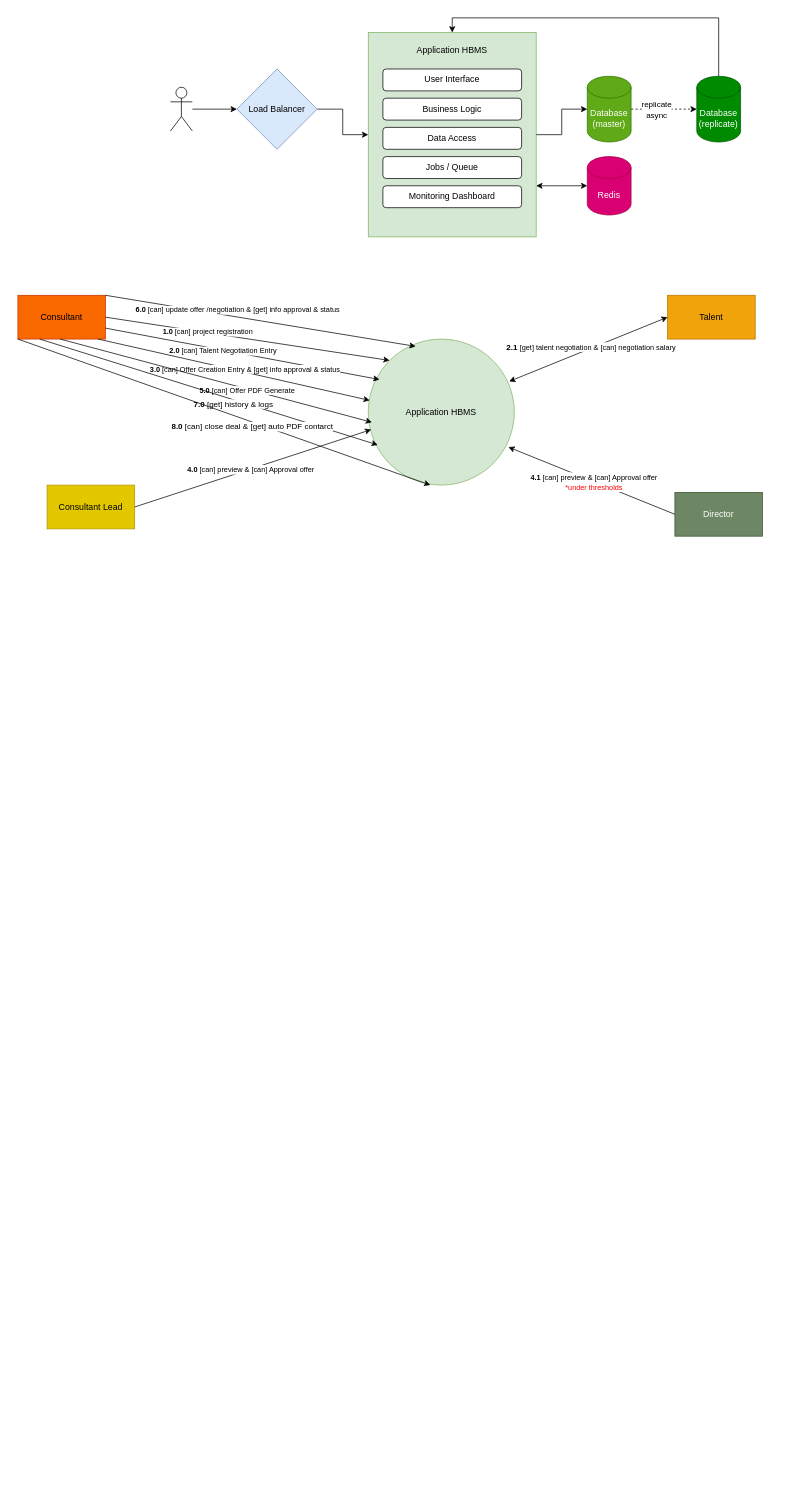
The draw.io diagram HBMS new HLD.drawio in Logique-ID/.github, before the edit. Source tidied: cells renumbered, new cells numbered last; positions are measured from the earlier drawing's top-left corner, leaving out a move shared by most shapes. Both pictures are drawn from the tidied source at 73%, with x=0, y=0 at pixel (18, 18).
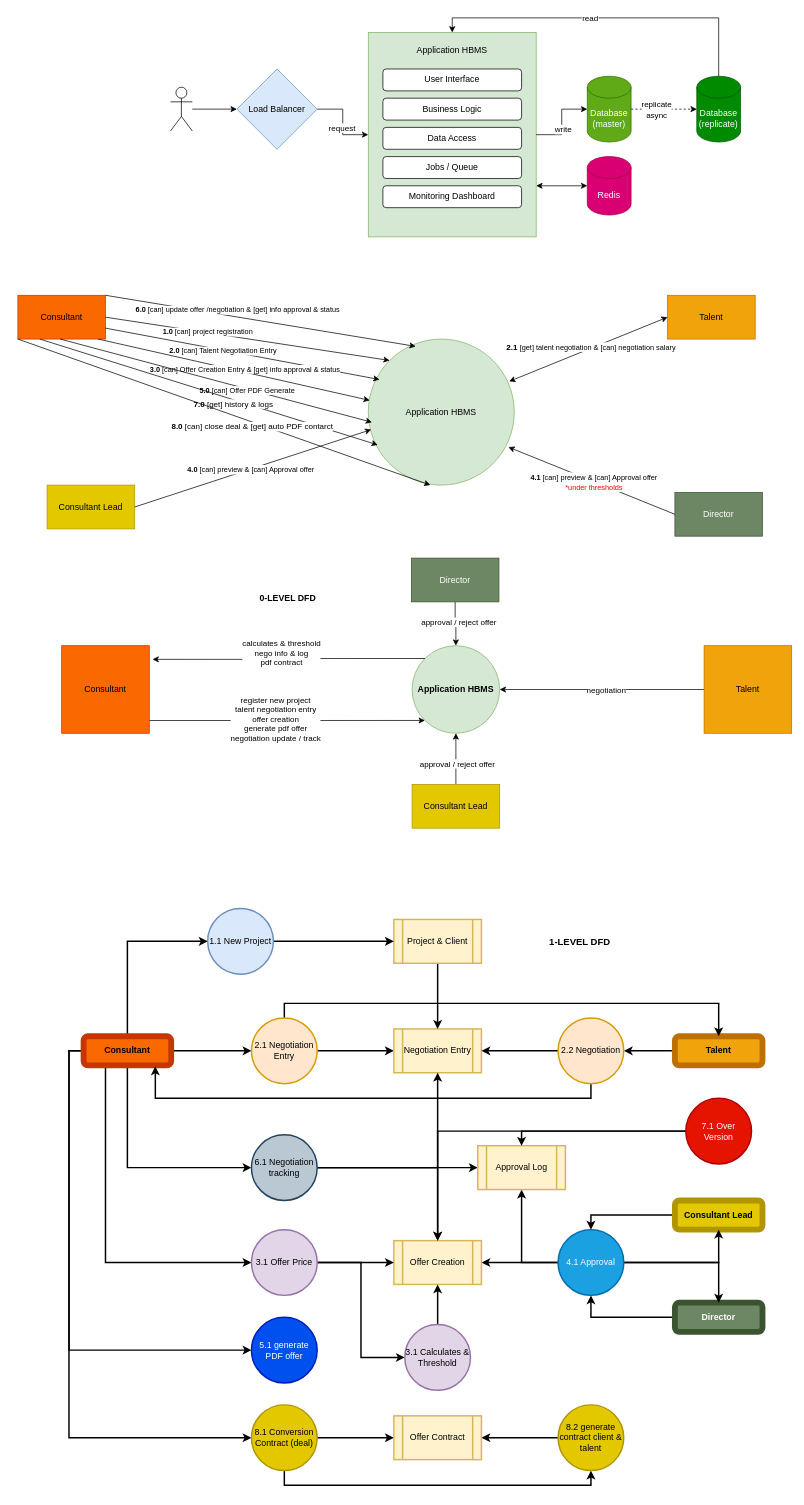
After the change.

The change refers to these unchanged cells:
```xml
<mxCell id="4" style="edgeStyle=orthogonalEdgeStyle;rounded=0;jettySize=auto;html=1;entryX=0;entryY=0.5;entryDx=0;entryDy=0;" parent="1" edge="1" source="5" target="6">
  <mxGeometry relative="1" as="geometry" />
</mxCell>
<mxCell id="13" style="edgeStyle=orthogonalEdgeStyle;rounded=0;jettySize=auto;html=1;entryX=0.5;entryY=0;entryDx=0;entryDy=0;exitX=0.5;exitY=0;exitDx=0;exitDy=0;exitPerimeter=0;" parent="1" edge="1" source="14" target="6">
  <mxGeometry relative="1" as="geometry">
    <Array as="points">
      <mxPoint x="960" />
      <mxPoint x="595" />
    </Array>
  </mxGeometry>
</mxCell>
<mxCell id="17" style="edgeStyle=orthogonalEdgeStyle;rounded=0;jettySize=auto;html=1;entryX=0;entryY=0.5;entryDx=0;entryDy=0;entryPerimeter=0;" parent="1" edge="1" source="6" target="12">
  <mxGeometry relative="1" as="geometry" />
</mxCell>
```

Change to the diagram source:
```diff
@@
+    <mxCell id="45" value="request" style="edgeLabel;html=1;align=center;verticalAlign=middle;" parent="4" vertex="1">
+      <mxGeometry x="0.14" y="-2" relative="1" as="geometry" />
+    </mxCell>
@@
+    <mxCell id="46" value="read" style="edgeLabel;html=1;align=center;verticalAlign=middle;" parent="13" vertex="1">
+      <mxGeometry x="0.1" relative="1" as="geometry">
+        <mxPoint x="-1" as="offset" />
+      </mxGeometry>
+    </mxCell>
@@
+    <mxCell id="47" value="write" style="edgeLabel;html=1;align=center;verticalAlign=middle;" parent="17" vertex="1">
+      <mxGeometry x="-0.19" y="-1" relative="1" as="geometry" />
+    </mxCell>
@@
+    <mxCell id="48" value="&lt;div&gt;Application HBMS&lt;/div&gt;" style="ellipse;whiteSpace=wrap;html=1;fillColor=#d5e8d4;strokeColor=#82b366;fontStyle=1;" parent="1" vertex="1">
+      <mxGeometry x="540" y="860" width="120" height="120" as="geometry" />
+    </mxCell>
+    <mxCell id="49" style="edgeStyle=orthogonalEdgeStyle;rounded=0;jettySize=auto;html=1;entryX=0;entryY=1;entryDx=0;entryDy=0;exitX=0.996;exitY=0.854;exitDx=0;exitDy=0;exitPerimeter=0;" parent="1" edge="1" source="51" target="48">
+      <mxGeometry relative="1" as="geometry" />
+    </mxCell>
+    <mxCell id="50" value="&lt;div&gt;register new project&lt;/div&gt;&lt;div&gt;talent negotiation entry&lt;/div&gt;&lt;div&gt;offer creation&lt;/div&gt;&lt;div&gt;generate pdf offer&lt;/div&gt;&lt;div&gt;negotiation update / track&lt;/div&gt;" style="edgeLabel;html=1;align=center;verticalAlign=middle;" parent="49" vertex="1">
+      <mxGeometry x="-0.29" y="2" relative="1" as="geometry">
+        <mxPoint x="39" as="offset" />
+      </mxGeometry>
+    </mxCell>
+    <mxCell id="51" value="Consultant" style="rounded=0;whiteSpace=wrap;html=1;fillColor=#fa6800;fontColor=#000000;strokeColor=#C73500;" parent="1" vertex="1">
+      <mxGeometry x="60" y="860" width="120" height="120" as="geometry" />
+    </mxCell>
+    <mxCell id="52" style="edgeStyle=orthogonalEdgeStyle;rounded=0;jettySize=auto;html=1;entryX=0.5;entryY=1;entryDx=0;entryDy=0;" parent="1" edge="1" source="54" target="48">
+      <mxGeometry relative="1" as="geometry" />
+    </mxCell>
+    <mxCell id="53" value="approval / reject offer" style="edgeLabel;html=1;align=center;verticalAlign=middle;" parent="52" vertex="1">
+      <mxGeometry x="-0.18" y="-1" relative="1" as="geometry" />
+    </mxCell>
+    <mxCell id="54" value="Consultant Lead" style="rounded=0;whiteSpace=wrap;html=1;fillColor=#e3c800;fontColor=#000000;strokeColor=#B09500;" parent="1" vertex="1">
+      <mxGeometry x="540" y="1050" width="120" height="60" as="geometry" />
+    </mxCell>
+    <mxCell id="55" style="edgeStyle=orthogonalEdgeStyle;rounded=0;jettySize=auto;html=1;entryX=0.5;entryY=0;entryDx=0;entryDy=0;" parent="1" edge="1" source="57" target="48">
+      <mxGeometry relative="1" as="geometry" />
+    </mxCell>
+    <mxCell id="56" value="approval / reject offer" style="edgeLabel;html=1;align=center;verticalAlign=middle;" parent="55" vertex="1">
+      <mxGeometry x="0.02" y="4" relative="1" as="geometry">
+        <mxPoint x="-1" y="-3" as="offset" />
+      </mxGeometry>
+    </mxCell>
+    <mxCell id="57" value="Director" style="rounded=0;whiteSpace=wrap;html=1;fillColor=#6d8764;fontColor=#ffffff;strokeColor=#3A5431;" parent="1" vertex="1">
+      <mxGeometry x="539" y="740" width="120" height="60" as="geometry" />
+    </mxCell>
+    <mxCell id="58" style="edgeStyle=orthogonalEdgeStyle;rounded=0;jettySize=auto;html=1;entryX=1;entryY=0.5;entryDx=0;entryDy=0;" parent="1" edge="1" source="60" target="48">
+      <mxGeometry relative="1" as="geometry" />
+    </mxCell>
+    <mxCell id="59" value="negotiation" style="edgeLabel;html=1;align=center;verticalAlign=middle;" parent="58" vertex="1">
+      <mxGeometry x="-0.04" y="5" relative="1" as="geometry">
+        <mxPoint x="-1" y="-5" as="offset" />
+      </mxGeometry>
+    </mxCell>
+    <mxCell id="60" value="Talent" style="rounded=0;whiteSpace=wrap;html=1;fillColor=#f0a30a;fontColor=#000000;strokeColor=#BD7000;" parent="1" vertex="1">
+      <mxGeometry x="940" y="860" width="120" height="120" as="geometry" />
+    </mxCell>
+    <mxCell id="61" style="edgeStyle=orthogonalEdgeStyle;rounded=0;jettySize=auto;html=1;exitX=0;exitY=0;exitDx=0;exitDy=0;entryX=1.037;entryY=0.156;entryDx=0;entryDy=0;entryPerimeter=0;" parent="1" edge="1" source="48" target="51">
+      <mxGeometry relative="1" as="geometry" />
+    </mxCell>
+    <mxCell id="62" value="&lt;div&gt;calculates &amp;amp; threshold&lt;/div&gt;&lt;div&gt;nego info &amp;amp; log&lt;/div&gt;&lt;div&gt;pdf contract&lt;br&gt;&lt;/div&gt;" style="edgeLabel;html=1;align=center;verticalAlign=middle;" parent="61" vertex="1">
+      <mxGeometry x="0.26" y="3" relative="1" as="geometry">
+        <mxPoint x="38" y="-12" as="offset" />
+      </mxGeometry>
+    </mxCell>
+    <mxCell id="63" value="0-LEVEL DFD" style="text;html=1;whiteSpace=wrap;align=center;verticalAlign=middle;rounded=0;fontStyle=1;" parent="1" vertex="1">
+      <mxGeometry x="310" y="780" width="120" height="30" as="geometry" />
+    </mxCell>
+    <mxCell id="64" style="edgeStyle=orthogonalEdgeStyle;rounded=0;jettySize=auto;html=1;entryX=0;entryY=0.5;entryDx=0;entryDy=0;strokeWidth=2;" parent="1" edge="1" source="70" target="79">
+      <mxGeometry relative="1" as="geometry" />
+    </mxCell>
+    <mxCell id="65" style="edgeStyle=orthogonalEdgeStyle;rounded=0;jettySize=auto;html=1;entryX=0;entryY=0.5;entryDx=0;entryDy=0;exitX=0.5;exitY=0;exitDx=0;exitDy=0;strokeWidth=2;" parent="1" edge="1" source="70" target="92">
+      <mxGeometry relative="1" as="geometry" />
+    </mxCell>
+    <mxCell id="66" style="edgeStyle=orthogonalEdgeStyle;rounded=0;jettySize=auto;html=1;entryX=0;entryY=0.5;entryDx=0;entryDy=0;exitX=0.25;exitY=1;exitDx=0;exitDy=0;strokeWidth=2;" parent="1" edge="1" source="70" target="96">
+      <mxGeometry relative="1" as="geometry" />
+    </mxCell>
+    <mxCell id="67" style="edgeStyle=orthogonalEdgeStyle;rounded=0;jettySize=auto;html=1;entryX=0;entryY=0.5;entryDx=0;entryDy=0;exitX=0;exitY=0.5;exitDx=0;exitDy=0;strokeWidth=2;" parent="1" edge="1" source="70" target="101">
+      <mxGeometry relative="1" as="geometry" />
+    </mxCell>
+    <mxCell id="68" style="edgeStyle=orthogonalEdgeStyle;rounded=0;jettySize=auto;html=1;entryX=0;entryY=0.5;entryDx=0;entryDy=0;exitX=0.5;exitY=1;exitDx=0;exitDy=0;strokeWidth=2;" parent="1" edge="1" source="70" target="105">
+      <mxGeometry relative="1" as="geometry" />
+    </mxCell>
+    <mxCell id="69" style="edgeStyle=orthogonalEdgeStyle;rounded=0;jettySize=auto;html=1;entryX=0;entryY=0.5;entryDx=0;entryDy=0;exitX=0;exitY=0.5;exitDx=0;exitDy=0;strokeWidth=2;" parent="1" edge="1" source="70" target="110">
+      <mxGeometry relative="1" as="geometry" />
+    </mxCell>
+    <mxCell id="70" value="Consultant" style="rounded=1;whiteSpace=wrap;html=1;fillColor=#fa6800;fontColor=#000000;strokeColor=#C73500;strokeWidth=8;fontStyle=1;" parent="1" vertex="1">
+      <mxGeometry x="90" y="1395" width="120" height="40" as="geometry" />
+    </mxCell>
+    <mxCell id="71" style="edgeStyle=orthogonalEdgeStyle;rounded=0;jettySize=auto;html=1;entryX=0.5;entryY=0;entryDx=0;entryDy=0;strokeWidth=2;" parent="1" edge="1" source="72" target="88">
+      <mxGeometry relative="1" as="geometry" />
+    </mxCell>
+    <mxCell id="72" value="Consultant Lead" style="rounded=1;whiteSpace=wrap;html=1;fillColor=#e3c800;fontColor=#000000;strokeColor=#B09500;strokeWidth=8;fontStyle=1;" parent="1" vertex="1">
+      <mxGeometry x="900" y="1620" width="120" height="40" as="geometry" />
+    </mxCell>
+    <mxCell id="73" style="edgeStyle=orthogonalEdgeStyle;rounded=0;jettySize=auto;html=1;entryX=0.5;entryY=1;entryDx=0;entryDy=0;strokeWidth=2;" parent="1" edge="1" source="74" target="88">
+      <mxGeometry relative="1" as="geometry" />
+    </mxCell>
+    <mxCell id="74" value="Director" style="rounded=1;whiteSpace=wrap;html=1;fillColor=#6d8764;fontColor=#ffffff;strokeColor=#3A5431;strokeWidth=8;fontStyle=1;" parent="1" vertex="1">
+      <mxGeometry x="900" y="1760" width="120" height="40" as="geometry" />
+    </mxCell>
+    <mxCell id="75" style="edgeStyle=orthogonalEdgeStyle;rounded=0;jettySize=auto;html=1;entryX=1;entryY=0.5;entryDx=0;entryDy=0;strokeWidth=2;" parent="1" edge="1" source="76" target="83">
+      <mxGeometry relative="1" as="geometry" />
+    </mxCell>
+    <mxCell id="76" value="Talent" style="rounded=1;whiteSpace=wrap;html=1;fillColor=#f0a30a;fontColor=#000000;strokeColor=#BD7000;strokeWidth=8;fontStyle=1;" parent="1" vertex="1">
+      <mxGeometry x="900" y="1395" width="120" height="40" as="geometry" />
+    </mxCell>
+    <mxCell id="77" style="edgeStyle=orthogonalEdgeStyle;rounded=0;jettySize=auto;html=1;entryX=0;entryY=0.5;entryDx=0;entryDy=0;strokeWidth=2;" parent="1" edge="1" source="79" target="80">
+      <mxGeometry relative="1" as="geometry" />
+    </mxCell>
+    <mxCell id="78" style="edgeStyle=orthogonalEdgeStyle;rounded=0;jettySize=auto;html=1;entryX=0.5;entryY=0;entryDx=0;entryDy=0;exitX=0.5;exitY=0;exitDx=0;exitDy=0;strokeWidth=2;" parent="1" edge="1" source="79" target="76">
+      <mxGeometry relative="1" as="geometry" />
+    </mxCell>
+    <mxCell id="79" value="2.1 Negotiation Entry" style="ellipse;whiteSpace=wrap;html=1;fillColor=#ffe6cc;strokeColor=#d79b00;fontStyle=0;strokeWidth=2;" parent="1" vertex="1">
+      <mxGeometry x="320" y="1370" width="90" height="90" as="geometry" />
+    </mxCell>
+    <mxCell id="80" value="Negotiation Entry" style="shape=process;whiteSpace=wrap;html=1;backgroundOutline=1;fillColor=#fff2cc;strokeColor=#d6b656;strokeWidth=2;" parent="1" vertex="1">
+      <mxGeometry x="515" y="1385" width="120" height="60" as="geometry" />
+    </mxCell>
+    <mxCell id="81" style="edgeStyle=orthogonalEdgeStyle;rounded=0;jettySize=auto;html=1;entryX=1;entryY=0.5;entryDx=0;entryDy=0;strokeWidth=2;" parent="1" edge="1" source="83" target="80">
+      <mxGeometry relative="1" as="geometry" />
+    </mxCell>
+    <mxCell id="82" style="edgeStyle=orthogonalEdgeStyle;rounded=0;jettySize=auto;html=1;entryX=0.819;entryY=1.031;entryDx=0;entryDy=0;exitX=0.5;exitY=1;exitDx=0;exitDy=0;entryPerimeter=0;strokeWidth=2;" parent="1" edge="1" source="83" target="70">
+      <mxGeometry relative="1" as="geometry">
+        <Array as="points">
+          <mxPoint x="785" y="1480" />
+          <mxPoint x="188" y="1480" />
+        </Array>
+      </mxGeometry>
+    </mxCell>
+    <mxCell id="83" value="2.2 Negotiation" style="ellipse;whiteSpace=wrap;html=1;fillColor=#ffe6cc;strokeColor=#d79b00;fontStyle=0;strokeWidth=2;" parent="1" vertex="1">
+      <mxGeometry x="740" y="1370" width="90" height="90" as="geometry" />
+    </mxCell>
+    <mxCell id="84" style="edgeStyle=orthogonalEdgeStyle;rounded=0;jettySize=auto;html=1;entryX=0.5;entryY=1;entryDx=0;entryDy=0;strokeWidth=2;" parent="1" edge="1" source="88" target="72">
+      <mxGeometry relative="1" as="geometry" />
+    </mxCell>
+    <mxCell id="85" style="edgeStyle=orthogonalEdgeStyle;rounded=0;jettySize=auto;html=1;entryX=0.5;entryY=0;entryDx=0;entryDy=0;strokeWidth=2;" parent="1" edge="1" source="88" target="74">
+      <mxGeometry relative="1" as="geometry" />
+    </mxCell>
+    <mxCell id="86" style="edgeStyle=orthogonalEdgeStyle;rounded=0;jettySize=auto;html=1;entryX=1;entryY=0.5;entryDx=0;entryDy=0;strokeWidth=2;" parent="1" edge="1" source="88" target="93">
+      <mxGeometry relative="1" as="geometry" />
+    </mxCell>
+    <mxCell id="87" style="edgeStyle=orthogonalEdgeStyle;rounded=0;jettySize=auto;html=1;entryX=0.5;entryY=1;entryDx=0;entryDy=0;exitX=0;exitY=0.5;exitDx=0;exitDy=0;strokeWidth=2;" parent="1" edge="1" source="88" target="106">
+      <mxGeometry relative="1" as="geometry" />
+    </mxCell>
+    <mxCell id="88" value="4.1 Approval" style="ellipse;whiteSpace=wrap;html=1;fillColor=#1ba1e2;strokeColor=#006EAF;fontStyle=0;strokeWidth=2;fontColor=#ffffff;" parent="1" vertex="1">
+      <mxGeometry x="740" y="1660" width="90" height="90" as="geometry" />
+    </mxCell>
+    <mxCell id="89" style="edgeStyle=orthogonalEdgeStyle;rounded=0;jettySize=auto;html=1;entryX=0.5;entryY=0;entryDx=0;entryDy=0;strokeWidth=2;" parent="1" edge="1" source="90" target="80">
+      <mxGeometry relative="1" as="geometry" />
+    </mxCell>
+    <mxCell id="90" value="&lt;div&gt;Project &amp;amp; Client&lt;/div&gt;" style="shape=process;whiteSpace=wrap;html=1;backgroundOutline=1;fillColor=#fff2cc;strokeColor=#d6b656;strokeWidth=2;" parent="1" vertex="1">
+      <mxGeometry x="515" y="1235" width="120" height="60" as="geometry" />
+    </mxCell>
+    <mxCell id="91" style="edgeStyle=orthogonalEdgeStyle;rounded=0;jettySize=auto;html=1;entryX=0;entryY=0.5;entryDx=0;entryDy=0;strokeWidth=2;" parent="1" edge="1" source="92" target="90">
+      <mxGeometry relative="1" as="geometry" />
+    </mxCell>
+    <mxCell id="92" value="1.1 New Project" style="ellipse;whiteSpace=wrap;html=1;fillColor=#dae8fc;strokeColor=#6c8ebf;fontStyle=0;strokeWidth=2;" parent="1" vertex="1">
+      <mxGeometry x="260" y="1220" width="90" height="90" as="geometry" />
+    </mxCell>
+    <mxCell id="93" value="Offer Creation" style="shape=process;whiteSpace=wrap;html=1;backgroundOutline=1;fillColor=#fff2cc;strokeColor=#d6b656;strokeWidth=2;" parent="1" vertex="1">
+      <mxGeometry x="515" y="1675" width="120" height="60" as="geometry" />
+    </mxCell>
+    <mxCell id="94" style="edgeStyle=orthogonalEdgeStyle;rounded=0;jettySize=auto;html=1;entryX=0;entryY=0.5;entryDx=0;entryDy=0;strokeWidth=2;" parent="1" edge="1" source="96" target="93">
+      <mxGeometry relative="1" as="geometry" />
+    </mxCell>
+    <mxCell id="95" style="edgeStyle=orthogonalEdgeStyle;rounded=0;jettySize=auto;html=1;entryX=0;entryY=0.5;entryDx=0;entryDy=0;strokeWidth=2;" parent="1" edge="1" source="96" target="98">
+      <mxGeometry relative="1" as="geometry" />
+    </mxCell>
+    <mxCell id="96" value="3.1 Offer Price" style="ellipse;whiteSpace=wrap;html=1;fillColor=#e1d5e7;strokeColor=#9673a6;fontStyle=0;strokeWidth=2;" parent="1" vertex="1">
+      <mxGeometry x="320" y="1660" width="90" height="90" as="geometry" />
+    </mxCell>
+    <mxCell id="97" style="edgeStyle=orthogonalEdgeStyle;rounded=0;jettySize=auto;html=1;entryX=0.5;entryY=1;entryDx=0;entryDy=0;strokeWidth=2;" parent="1" edge="1" source="98" target="93">
+      <mxGeometry relative="1" as="geometry" />
+    </mxCell>
+    <mxCell id="98" value="3.1 Calculates &amp;amp; Threshold" style="ellipse;whiteSpace=wrap;html=1;fillColor=#e1d5e7;strokeColor=#9673a6;fontStyle=0;strokeWidth=2;" parent="1" vertex="1">
+      <mxGeometry x="530" y="1790" width="90" height="90" as="geometry" />
+    </mxCell>
+    <mxCell id="99" style="edgeStyle=orthogonalEdgeStyle;rounded=0;jettySize=auto;html=1;entryX=0;entryY=0.5;entryDx=0;entryDy=0;strokeWidth=2;" parent="1" edge="1" source="101" target="113">
+      <mxGeometry relative="1" as="geometry" />
+    </mxCell>
+    <mxCell id="100" style="edgeStyle=orthogonalEdgeStyle;rounded=0;jettySize=auto;html=1;entryX=0.5;entryY=1;entryDx=0;entryDy=0;exitX=0.5;exitY=1;exitDx=0;exitDy=0;strokeWidth=2;" parent="1" edge="1" source="101" target="112">
+      <mxGeometry relative="1" as="geometry" />
+    </mxCell>
+    <mxCell id="101" value="8.1 Conversion Contract (deal)" style="ellipse;whiteSpace=wrap;html=1;fillColor=#e3c800;strokeColor=#B09500;fontStyle=0;strokeWidth=2;fontColor=#000000;" parent="1" vertex="1">
+      <mxGeometry x="320" y="1900" width="90" height="90" as="geometry" />
+    </mxCell>
+    <mxCell id="102" style="edgeStyle=orthogonalEdgeStyle;rounded=0;jettySize=auto;html=1;entryX=0.5;entryY=1;entryDx=0;entryDy=0;strokeWidth=2;" parent="1" edge="1" source="105" target="80">
+      <mxGeometry relative="1" as="geometry" />
+    </mxCell>
+    <mxCell id="103" style="edgeStyle=orthogonalEdgeStyle;rounded=0;jettySize=auto;html=1;entryX=0.5;entryY=0;entryDx=0;entryDy=0;strokeWidth=2;" parent="1" edge="1" source="105" target="93">
+      <mxGeometry relative="1" as="geometry" />
+    </mxCell>
+    <mxCell id="104" style="edgeStyle=orthogonalEdgeStyle;rounded=0;jettySize=auto;html=1;strokeWidth=2;" parent="1" edge="1" source="105" target="106">
+      <mxGeometry relative="1" as="geometry" />
+    </mxCell>
+    <mxCell id="105" value="6.1 Negotiation tracking" style="ellipse;whiteSpace=wrap;html=1;fillColor=#bac8d3;strokeColor=#23445d;fontStyle=0;strokeWidth=2;" parent="1" vertex="1">
+      <mxGeometry x="320" y="1530" width="90" height="90" as="geometry" />
+    </mxCell>
+    <mxCell id="106" value="Approval Log" style="shape=process;whiteSpace=wrap;html=1;backgroundOutline=1;fillColor=#fff2cc;strokeColor=#d6b656;strokeWidth=2;" parent="1" vertex="1">
+      <mxGeometry x="630" y="1545" width="120" height="60" as="geometry" />
+    </mxCell>
+    <mxCell id="107" style="edgeStyle=orthogonalEdgeStyle;rounded=0;jettySize=auto;html=1;entryX=0.5;entryY=0;entryDx=0;entryDy=0;strokeWidth=2;" parent="1" edge="1" source="109" target="106">
+      <mxGeometry relative="1" as="geometry" />
+    </mxCell>
+    <mxCell id="108" style="edgeStyle=orthogonalEdgeStyle;rounded=0;jettySize=auto;html=1;entryX=0.5;entryY=0;entryDx=0;entryDy=0;strokeWidth=2;" parent="1" edge="1" source="109" target="93">
+      <mxGeometry relative="1" as="geometry" />
+    </mxCell>
+    <mxCell id="109" value="7.1 Over Version" style="ellipse;whiteSpace=wrap;html=1;fillColor=#e51400;strokeColor=#B20000;fontStyle=0;strokeWidth=2;fontColor=#ffffff;" parent="1" vertex="1">
+      <mxGeometry x="915" y="1480" width="90" height="90" as="geometry" />
+    </mxCell>
+    <mxCell id="110" value="5.1 generate PDF offer" style="ellipse;whiteSpace=wrap;html=1;fillColor=#0050ef;strokeColor=#001DBC;fontStyle=0;strokeWidth=2;fontColor=#ffffff;" parent="1" vertex="1">
+      <mxGeometry x="320" y="1780" width="90" height="90" as="geometry" />
+    </mxCell>
+    <mxCell id="111" style="edgeStyle=orthogonalEdgeStyle;rounded=0;jettySize=auto;html=1;entryX=1;entryY=0.5;entryDx=0;entryDy=0;strokeWidth=2;" parent="1" edge="1" source="112" target="113">
+      <mxGeometry relative="1" as="geometry" />
+    </mxCell>
+    <mxCell id="112" value="8.2 generate contract client &amp;amp; talent" style="ellipse;whiteSpace=wrap;html=1;fillColor=#e3c800;strokeColor=#B09500;fontStyle=0;strokeWidth=2;fontColor=#000000;" parent="1" vertex="1">
+      <mxGeometry x="740" y="1900" width="90" height="90" as="geometry" />
+    </mxCell>
+    <mxCell id="113" value="Offer Contract" style="shape=process;whiteSpace=wrap;html=1;backgroundOutline=1;fillColor=#fff2cc;strokeColor=#d6b656;strokeWidth=2;" parent="1" vertex="1">
+      <mxGeometry x="515" y="1915" width="120" height="60" as="geometry" />
+    </mxCell>
+    <mxCell id="114" value="1-LEVEL DFD" style="text;html=1;whiteSpace=wrap;strokeColor=none;fillColor=none;align=center;verticalAlign=middle;rounded=0;fontStyle=1;fontSize=13;" parent="1" vertex="1">
+      <mxGeometry x="720" y="1250" width="100" height="30" as="geometry" />
+    </mxCell>
```
